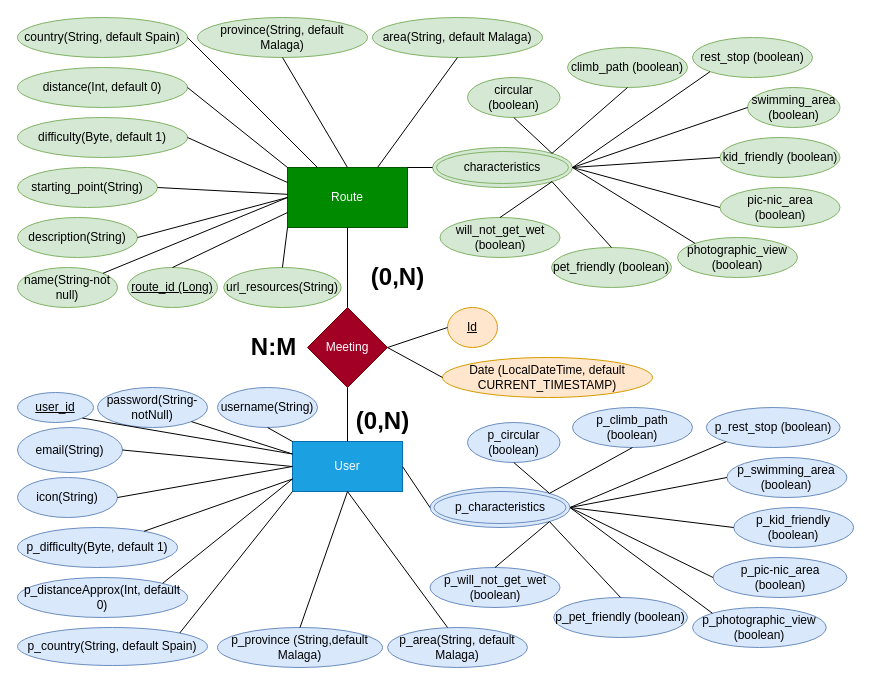
Before: documentation_en/EntityRelation_V1.drawio in LeonorMalaga/meet2trek, a draw.io diagram. Source tidied: cells renumbered, new cells numbered last; positions are measured from the earlier drawing's top-left corner, leaving out a move shared by most shapes. Both pictures are drawn from the tidied source at 100%, with x=0, y=0 at pixel (17, 17).
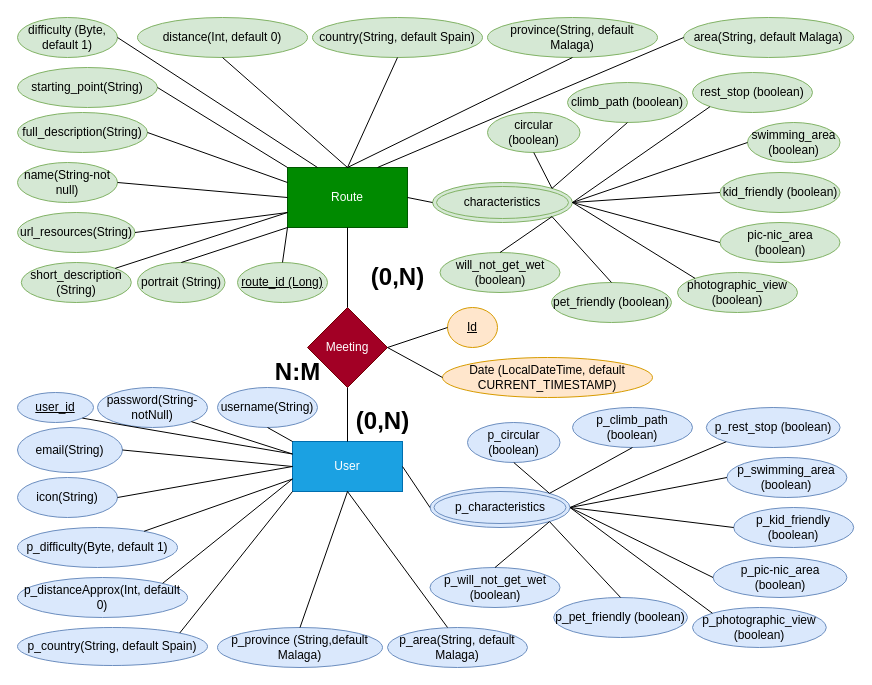
Above is the later version.

The change refers to these unchanged cells:
```xml
<mxCell id="2" value="Route" style="rounded=0;whiteSpace=wrap;html=1;fillColor=#008a00;fontColor=#ffffff;strokeColor=#005700;" parent="1" vertex="1">
  <mxGeometry x="270" y="150" width="120" height="60" as="geometry" />
</mxCell>
```

Diff of the diagram source:
```diff
@@
     <mxCell id="3" value="&lt;u&gt;route_id (Long)&lt;/u&gt;" style="ellipse;whiteSpace=wrap;html=1;fillColor=#d5e8d4;strokeColor=#82b366;" parent="1" vertex="1">
-      <mxGeometry x="110" y="250" width="90" height="40" as="geometry" />
+      <mxGeometry x="220" y="245" width="90" height="40" as="geometry" />
     </mxCell>
     <mxCell id="4" value="name(String-not null)" style="ellipse;whiteSpace=wrap;html=1;fillColor=#d5e8d4;strokeColor=#82b366;" parent="1" vertex="1">
-      <mxGeometry y="250" width="100" height="40" as="geometry" />
+      <mxGeometry y="145" width="100" height="40" as="geometry" />
     </mxCell>
-    <mxCell id="5" value="description(String)" style="ellipse;whiteSpace=wrap;html=1;fillColor=#d5e8d4;strokeColor=#82b366;" parent="1" vertex="1">
-      <mxGeometry y="200" width="120" height="40" as="geometry" />
+    <mxCell id="5" value="full_description(String)" style="ellipse;whiteSpace=wrap;html=1;fillColor=#d5e8d4;strokeColor=#82b366;" parent="1" vertex="1">
+      <mxGeometry y="95" width="130" height="40" as="geometry" />
     </mxCell>
     <mxCell id="6" value="starting_point(String)" style="ellipse;whiteSpace=wrap;html=1;fillColor=#d5e8d4;strokeColor=#82b366;" parent="1" vertex="1">
-      <mxGeometry y="150" width="140" height="40" as="geometry" />
+      <mxGeometry y="50" width="140" height="40" as="geometry" />
     </mxCell>
     <mxCell id="7" value="area(String, default Malaga)" style="ellipse;whiteSpace=wrap;html=1;fillColor=#d5e8d4;strokeColor=#82b366;" parent="1" vertex="1">
-      <mxGeometry x="355" width="170" height="40" as="geometry" />
+      <mxGeometry x="666.2" width="170" height="40" as="geometry" />
     </mxCell>
-    <mxCell id="8" style="endArrow=none;html=1;rounded=0;exitX=1;exitY=0;exitDx=0;exitDy=0;entryX=0;entryY=0.5;entryDx=0;entryDy=0;" parent="1" edge="1" source="4" target="2">
+    <mxCell id="8" style="endArrow=none;html=1;rounded=0;exitX=1;exitY=0.5;exitDx=0;exitDy=0;entryX=0;entryY=0.5;entryDx=0;entryDy=0;" parent="1" edge="1" source="4" target="2">
       <mxGeometry relative="1" as="geometry" />
     </mxCell>
-    <mxCell id="9" style="endArrow=none;html=1;rounded=0;exitX=1;exitY=0.5;exitDx=0;exitDy=0;entryX=0;entryY=0.5;entryDx=0;entryDy=0;" parent="1" edge="1" source="5" target="2">
+    <mxCell id="9" style="endArrow=none;html=1;rounded=0;exitX=1;exitY=0.5;exitDx=0;exitDy=0;entryX=0;entryY=0.25;entryDx=0;entryDy=0;" parent="1" edge="1" source="5" target="2">
       <mxGeometry relative="1" as="geometry" />
     </mxCell>
-    <mxCell id="10" style="endArrow=none;html=1;rounded=0;exitX=1;exitY=0.5;exitDx=0;exitDy=0;" parent="1" edge="1" source="6" target="2">
+    <mxCell id="10" style="endArrow=none;html=1;rounded=0;exitX=1;exitY=0.5;exitDx=0;exitDy=0;entryX=0;entryY=0;entryDx=0;entryDy=0;" parent="1" edge="1" source="6" target="2">
       <mxGeometry relative="1" as="geometry" />
     </mxCell>
-    <mxCell id="11" style="endArrow=none;html=1;rounded=0;entryX=0.5;entryY=1;entryDx=0;entryDy=0;exitX=0.75;exitY=0;exitDx=0;exitDy=0;" parent="1" edge="1" source="2" target="7">
+    <mxCell id="11" style="endArrow=none;html=1;rounded=0;entryX=0;entryY=0.5;entryDx=0;entryDy=0;exitX=0.75;exitY=0;exitDx=0;exitDy=0;" parent="1" edge="1" source="2" target="7">
       <mxGeometry relative="1" as="geometry" />
     </mxCell>
-    <mxCell id="12" style="endArrow=none;html=1;rounded=0;exitX=0.5;exitY=0;exitDx=0;exitDy=0;entryX=0;entryY=0.75;entryDx=0;entryDy=0;" parent="1" edge="1" source="3" target="2">
+    <mxCell id="12" style="endArrow=none;html=1;rounded=0;exitX=0.5;exitY=0;exitDx=0;exitDy=0;entryX=0;entryY=1;entryDx=0;entryDy=0;" parent="1" edge="1" source="3" target="2">
       <mxGeometry relative="1" as="geometry" />
     </mxCell>
@@
     <mxCell id="18" value="N:M" style="text;strokeColor=none;fillColor=none;html=1;fontSize=24;fontStyle=1;verticalAlign=middle;align=center;" parent="1" vertex="1">
-      <mxGeometry x="206.2" y="310" width="100" height="40" as="geometry" />
+      <mxGeometry x="230" y="335" width="100" height="40" as="geometry" />
     </mxCell>
@@
-    <mxCell id="30" value="difficulty(Byte, default 1)" style="ellipse;whiteSpace=wrap;html=1;fillColor=#d5e8d4;strokeColor=#82b366;" parent="1" vertex="1">
-      <mxGeometry y="100" width="170" height="40" as="geometry" />
+    <mxCell id="30" value="difficulty (Byte, default 1)" style="ellipse;whiteSpace=wrap;html=1;fillColor=#d5e8d4;strokeColor=#82b366;" parent="1" vertex="1">
+      <mxGeometry width="100" height="40" as="geometry" />
     </mxCell>
     <mxCell id="31" value="distance(Int, default 0)" style="ellipse;whiteSpace=wrap;html=1;fillColor=#d5e8d4;strokeColor=#82b366;" parent="1" vertex="1">
-      <mxGeometry y="50" width="170" height="40" as="geometry" />
+      <mxGeometry x="120" width="170" height="40" as="geometry" />
     </mxCell>
-    <mxCell id="32" style="endArrow=none;html=1;rounded=0;exitX=0;exitY=0.25;exitDx=0;exitDy=0;entryX=1;entryY=0.5;entryDx=0;entryDy=0;" parent="1" edge="1" source="2" target="30">
+    <mxCell id="32" style="endArrow=none;html=1;rounded=0;exitX=0.25;exitY=0;exitDx=0;exitDy=0;entryX=1;entryY=0.5;entryDx=0;entryDy=0;" parent="1" edge="1" source="2" target="30">
       <mxGeometry relative="1" as="geometry" />
     </mxCell>
-    <mxCell id="33" style="endArrow=none;html=1;rounded=0;entryX=1;entryY=0.5;entryDx=0;entryDy=0;exitX=0;exitY=0;exitDx=0;exitDy=0;" parent="1" edge="1" source="2" target="31">
+    <mxCell id="33" style="endArrow=none;html=1;rounded=0;entryX=0.5;entryY=1;entryDx=0;entryDy=0;exitX=0.5;exitY=0;exitDx=0;exitDy=0;" parent="1" edge="1" source="2" target="31">
       <mxGeometry relative="1" as="geometry" />
     </mxCell>
@@
     <mxCell id="44" value="url_resources(String)" style="ellipse;whiteSpace=wrap;html=1;fillColor=#d5e8d4;strokeColor=#82b366;" parent="1" vertex="1">
-      <mxGeometry x="206.2" y="250" width="117.5" height="40" as="geometry" />
+      <mxGeometry y="195" width="117.5" height="40" as="geometry" />
     </mxCell>
-    <mxCell id="45" style="endArrow=none;html=1;rounded=0;exitX=0.5;exitY=0;exitDx=0;exitDy=0;entryX=0;entryY=1;entryDx=0;entryDy=0;" parent="1" edge="1" source="44" target="2">
+    <mxCell id="45" style="endArrow=none;html=1;rounded=0;exitX=1;exitY=0.5;exitDx=0;exitDy=0;entryX=0;entryY=0.75;entryDx=0;entryDy=0;" parent="1" edge="1" source="44" target="2">
       <mxGeometry relative="1" as="geometry" />
     </mxCell>
     <mxCell id="46" value="province(String, default Malaga)" style="ellipse;whiteSpace=wrap;html=1;fillColor=#d5e8d4;strokeColor=#82b366;" parent="1" vertex="1">
-      <mxGeometry x="180" width="170" height="40" as="geometry" />
+      <mxGeometry x="470" width="170" height="40" as="geometry" />
     </mxCell>
     <mxCell id="47" value="country(String, default Spain)" style="ellipse;whiteSpace=wrap;html=1;fillColor=#d5e8d4;strokeColor=#82b366;" parent="1" vertex="1">
-      <mxGeometry width="170" height="40" as="geometry" />
+      <mxGeometry x="295" width="170" height="40" as="geometry" />
     </mxCell>
@@
-    <mxCell id="49" style="endArrow=none;html=1;rounded=0;entryX=1;entryY=0.5;entryDx=0;entryDy=0;exitX=0.25;exitY=0;exitDx=0;exitDy=0;" parent="1" edge="1" source="2" target="47">
+    <mxCell id="49" style="endArrow=none;html=1;rounded=0;entryX=0.5;entryY=1;entryDx=0;entryDy=0;exitX=0.5;exitY=0;exitDx=0;exitDy=0;" parent="1" edge="1" source="2" target="47">
       <mxGeometry relative="1" as="geometry" />
     </mxCell>
@@
     <mxCell id="54" value="characteristics" style="ellipse;shape=doubleEllipse;whiteSpace=wrap;html=1;fillColor=#d5e8d4;strokeColor=#82b366;" parent="1" vertex="1">
-      <mxGeometry x="415" y="130" width="140" height="40" as="geometry" />
+      <mxGeometry x="415" y="165" width="140" height="40" as="geometry" />
     </mxCell>
     <mxCell id="55" value="circular (boolean)" style="ellipse;whiteSpace=wrap;html=1;fillColor=#d5e8d4;strokeColor=#82b366;" parent="1" vertex="1">
-      <mxGeometry x="450" y="60" width="92.5" height="40" as="geometry" />
+      <mxGeometry x="470" y="95" width="92.5" height="40" as="geometry" />
     </mxCell>
     <mxCell id="56" value="swimming_area (boolean)" style="ellipse;whiteSpace=wrap;html=1;fillColor=#d5e8d4;strokeColor=#82b366;" parent="1" vertex="1">
-      <mxGeometry x="730" y="70" width="92.5" height="40" as="geometry" />
+      <mxGeometry x="730" y="105" width="92.5" height="40" as="geometry" />
     </mxCell>
     <mxCell id="57" value="photographic_view (boolean)" style="ellipse;whiteSpace=wrap;html=1;fillColor=#d5e8d4;strokeColor=#82b366;" parent="1" vertex="1">
-      <mxGeometry x="660" y="220" width="120" height="40" as="geometry" />
+      <mxGeometry x="660" y="255" width="120" height="40" as="geometry" />
     </mxCell>
     <mxCell id="58" value="climb_path (boolean)" style="ellipse;whiteSpace=wrap;html=1;fillColor=#d5e8d4;strokeColor=#82b366;" parent="1" vertex="1">
-      <mxGeometry x="550" y="30" width="120" height="40" as="geometry" />
+      <mxGeometry x="550" y="65" width="120" height="40" as="geometry" />
     </mxCell>
     <mxCell id="59" value="kid_friendly (boolean)" style="ellipse;whiteSpace=wrap;html=1;fillColor=#d5e8d4;strokeColor=#82b366;" parent="1" vertex="1">
-      <mxGeometry x="702.5" y="120" width="120" height="40" as="geometry" />
+      <mxGeometry x="702.5" y="155" width="120" height="40" as="geometry" />
     </mxCell>
     <mxCell id="60" value="will_not_get_wet (boolean)" style="ellipse;whiteSpace=wrap;html=1;fillColor=#d5e8d4;strokeColor=#82b366;" parent="1" vertex="1">
-      <mxGeometry x="422.5" y="200" width="120" height="40" as="geometry" />
+      <mxGeometry x="422.5" y="235" width="120" height="40" as="geometry" />
     </mxCell>
@@
     <mxCell id="80" value="rest_stop (boolean)" style="ellipse;whiteSpace=wrap;html=1;fillColor=#d5e8d4;strokeColor=#82b366;" parent="1" vertex="1">
-      <mxGeometry x="675" y="20" width="120" height="40" as="geometry" />
+      <mxGeometry x="675" y="55" width="120" height="40" as="geometry" />
     </mxCell>
     <mxCell id="81" value="pic-nic_area (boolean)" style="ellipse;whiteSpace=wrap;html=1;fillColor=#d5e8d4;strokeColor=#82b366;" parent="1" vertex="1">
-      <mxGeometry x="702.5" y="170" width="120" height="40" as="geometry" />
+      <mxGeometry x="702.5" y="205" width="120" height="40" as="geometry" />
     </mxCell>
     <mxCell id="82" value="pet_friendly (boolean)" style="ellipse;whiteSpace=wrap;html=1;fillColor=#d5e8d4;strokeColor=#82b366;" parent="1" vertex="1">
-      <mxGeometry x="534" y="230" width="120" height="40" as="geometry" />
+      <mxGeometry x="534" y="265" width="120" height="40" as="geometry" />
     </mxCell>
@@
-    <mxCell id="92" style="endArrow=none;html=1;rounded=0;entryX=0;entryY=0.5;entryDx=0;entryDy=0;exitX=1;exitY=0;exitDx=0;exitDy=0;" parent="1" edge="1" source="2" target="54">
+    <mxCell id="92" style="endArrow=none;html=1;rounded=0;entryX=0;entryY=0.5;entryDx=0;entryDy=0;exitX=1;exitY=0.5;exitDx=0;exitDy=0;" parent="1" edge="1" source="2" target="54">
       <mxGeometry relative="1" as="geometry" />
     </mxCell>
@@
+    <mxCell id="94" value="short_description (String)" style="ellipse;whiteSpace=wrap;html=1;fillColor=#d5e8d4;strokeColor=#82b366;" parent="1" vertex="1">
+      <mxGeometry x="3.8" y="245" width="110" height="40" as="geometry" />
+    </mxCell>
+    <mxCell id="95" value="portrait&amp;nbsp;&lt;span style=&quot;background-color: initial;&quot;&gt;(String)&lt;/span&gt;" style="ellipse;whiteSpace=wrap;html=1;fillColor=#d5e8d4;strokeColor=#82b366;" parent="1" vertex="1">
+      <mxGeometry x="120" y="245" width="87.5" height="40" as="geometry" />
+    </mxCell>
+    <mxCell id="96" style="endArrow=none;html=1;rounded=0;entryX=0.5;entryY=0;entryDx=0;entryDy=0;exitX=0;exitY=1;exitDx=0;exitDy=0;" parent="1" edge="1" source="2" target="95">
+      <mxGeometry relative="1" as="geometry" />
+    </mxCell>
+    <mxCell id="97" style="endArrow=none;html=1;rounded=0;entryX=1;entryY=0;entryDx=0;entryDy=0;exitX=0;exitY=0.75;exitDx=0;exitDy=0;" parent="1" edge="1" source="2" target="94">
+      <mxGeometry relative="1" as="geometry" />
+    </mxCell>
```
